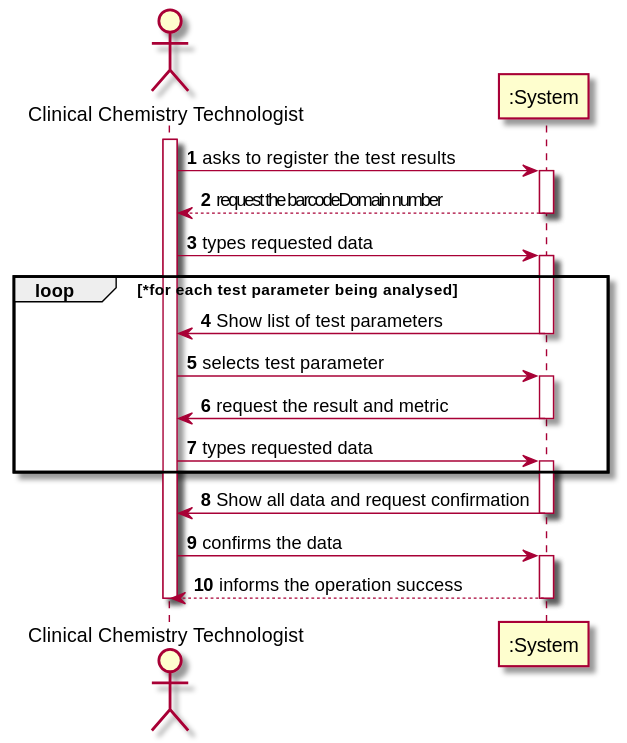
Above: docs/SprintD/SprintC/US12/US12_SSD.svg in manu-07-ela/LAPR2_ISEP (PlantUML), before the change. Source of this version:
```plantuml
@startuml
autonumber
actor "Clinical Chemistry Technologist" as CCT

activate CCT
CCT -> ":System" : asks to register the test results
activate ":System"
":System" --> CCT : request the barcodeDomain number
deactivate ":System"
CCT -> ":System" : types requested data
activate ":System"
loop *for each test parameter being analysed
":System" -> CCT : Show list of test parameters
deactivate ":System"
CCT -> ":System" : selects test parameter
activate ":System"
":System" -> CCT : request the result and metric
deactivate ":System"
CCT -> ":System" : types requested data
activate ":System"
end
":System" -> CCT : Show all data and request confirmation
deactivate ":System"
CCT -> ":System" : confirms the data
activate ":System"
":System" --> CCT : informs the operation success
deactivate ":System"


deactivate CCT

@enduml
```
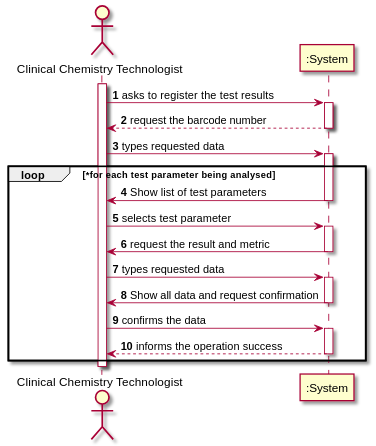
Above is the later version.

Diff of the diagram source:
```diff
@@ -5,7 +5,7 @@
 activate CCT
 CCT -> ":System" : asks to register the test results
 activate ":System"
-":System" --> CCT : request the barcodeDomain number
+":System" --> CCT : request the barcode number
 deactivate ":System"
 CCT -> ":System" : types requested data
 activate ":System"
@@ -18,13 +18,13 @@
 deactivate ":System"
 CCT -> ":System" : types requested data
 activate ":System"
-end
 ":System" -> CCT : Show all data and request confirmation
 deactivate ":System"
 CCT -> ":System" : confirms the data
 activate ":System"
 ":System" --> CCT : informs the operation success
 deactivate ":System"
+end
 
 
 deactivate CCT
```
